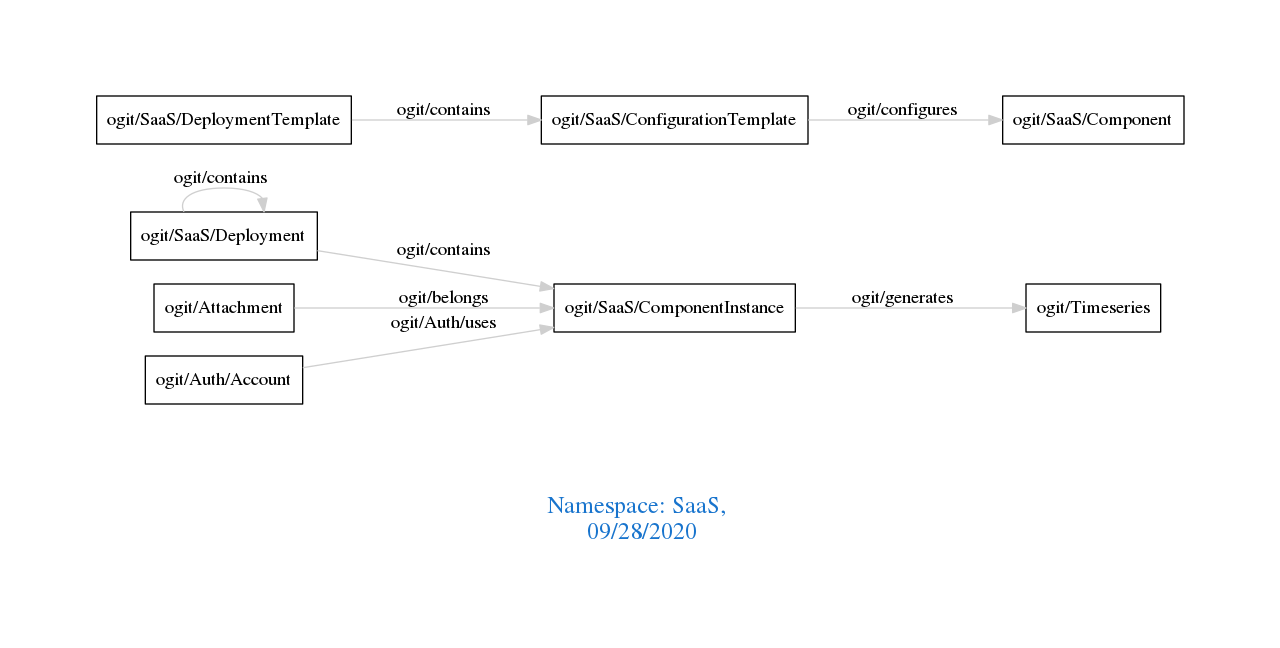
Earlier version of the Graphviz export downloads/SaaS.png (arago/OGIT). Its source is kept beside it as downloads/SaaS.dot.
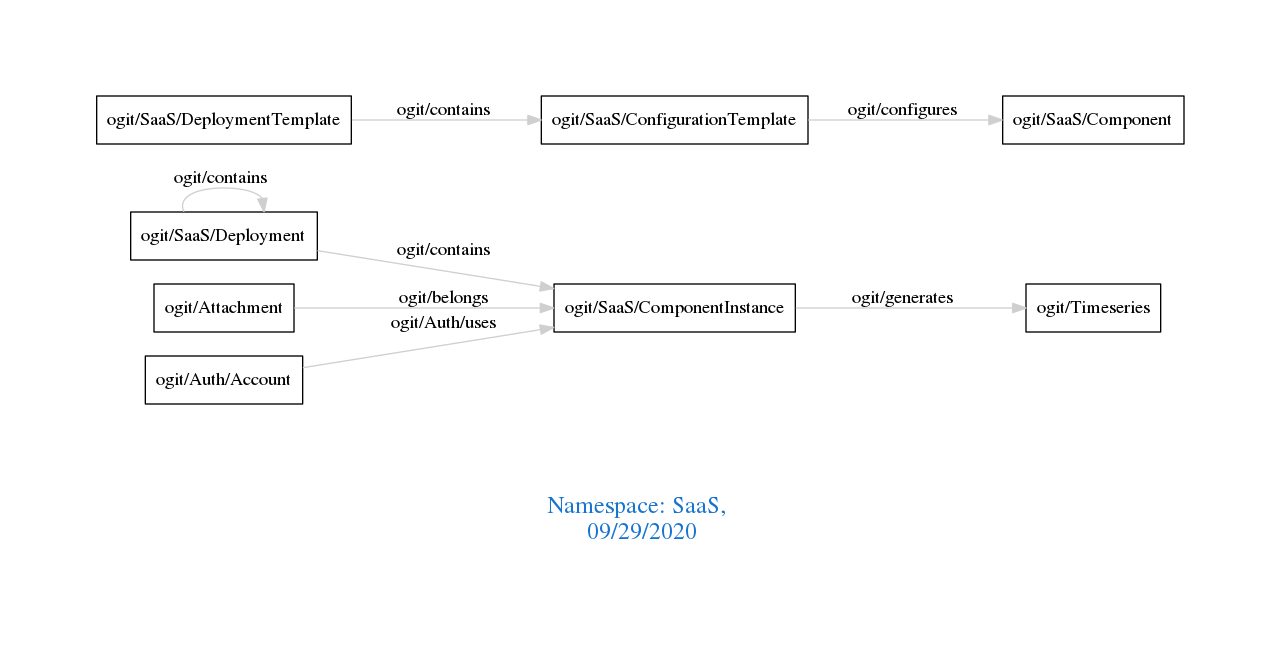
The same file after the commit.

Diff of the diagram source:
```diff
@@ -1,7 +1,7 @@
 digraph OGIT_ontology {
  graph [ rankdir= LR,pad=1
 fontsize = 18,
-fontcolor= dodgerblue3,label = "\n\n\nNamespace: SaaS, \n 09/28/2020"];
+fontcolor= dodgerblue3,label = "\n\n\nNamespace: SaaS, \n 09/29/2020"];
 node[shape=polygon];
 edge [  color="gray81"];
 
```
